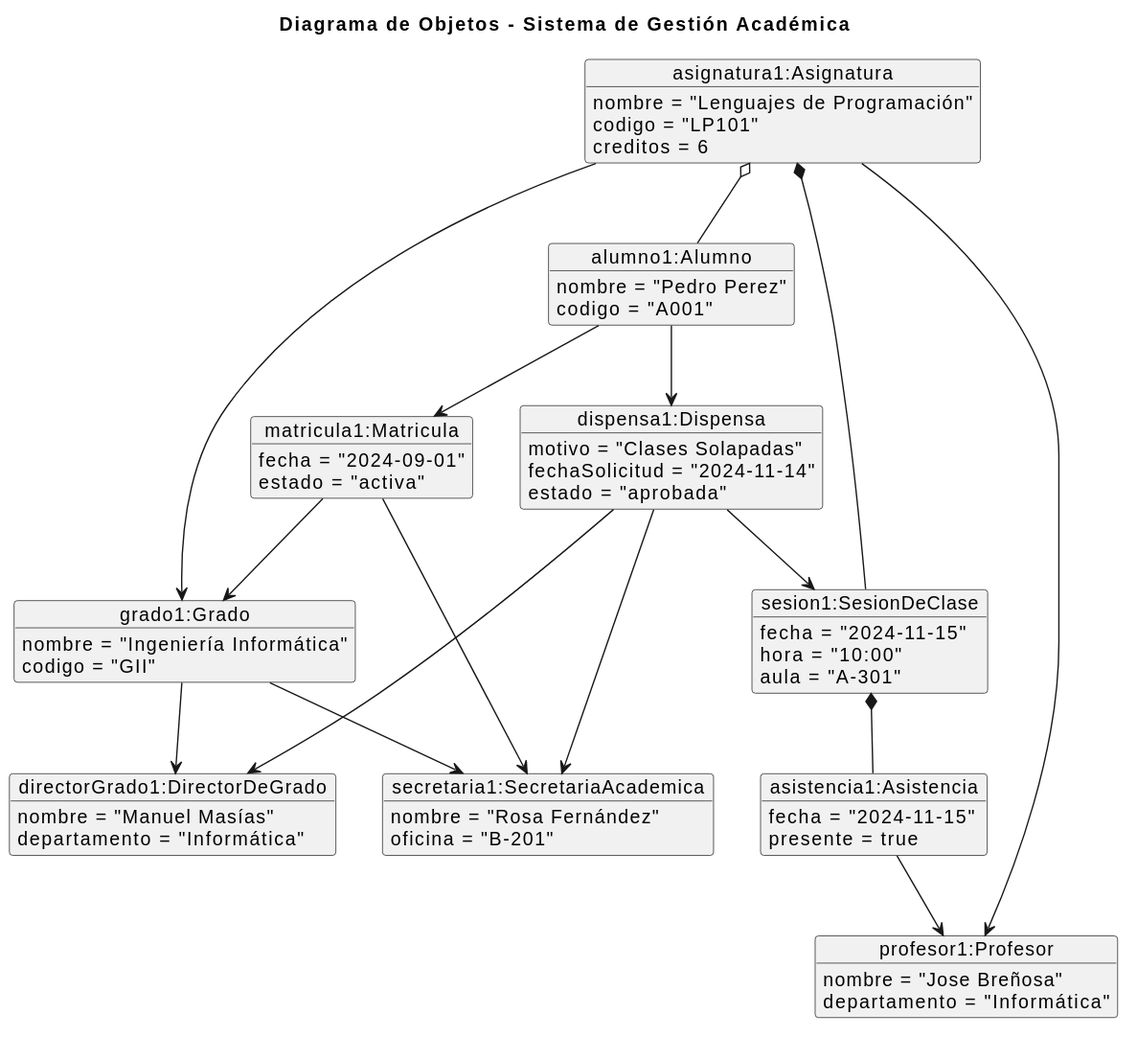
Before: documents/requisitado/00-modelo-del-dominio/DiagramaDeObjetos.svg, a diagram exported from PlantUML (jerdier/25-26-idsw2-sdVC). Its diagram source:
```plantuml
@startuml
title Diagrama de Objetos - Sistema de Gestión Académica


object "alumno1:Alumno" as alumno1 {
    nombre = "Pedro Perez"
    codigo = "A001"
}

object "matricula1:Matricula" as matricula1 {
    fecha = "2024-09-01"
    estado = "activa"
}

object "grado1:Grado" as grado1 {
    nombre = "Ingeniería Informática"
    codigo = "GII"
}

object "asignatura1:Asignatura" as asignatura1 {
    nombre = "Lenguajes de Programación"
    codigo = "LP101"
    creditos = 6
}

object "profesor1:Profesor" as profesor1 {
    nombre = "Jose Breñosa"
    departamento = "Informática"
}

object "directorGrado1:DirectorDeGrado" as directorGrado1 {
    nombre = "Manuel Masías"
    departamento = "Informática"
}

object "secretaria1:SecretariaAcademica" as secretaria1 {
    nombre = "Rosa Fernández"
    oficina = "B-201"
}

object "sesion1:SesionDeClase" as sesion1 {
    fecha = "2024-11-15"
    hora = "10:00"
    aula = "A-301"
}

object "asistencia1:Asistencia" as asistencia1 {
    fecha = "2024-11-15"
    presente = true
}

object "dispensa1:Dispensa" as dispensa1 {
    motivo = "Clases Solapadas"
    fechaSolicitud = "2024-11-14"
    estado = "aprobada"
}


alumno1 --> matricula1
matricula1 --> grado1
matricula1 --> secretaria1

asignatura1 --> grado1
asignatura1 --> profesor1

asignatura1 o-- alumno1

asignatura1 *-- sesion1
sesion1 *-- asistencia1
asistencia1 --> profesor1

alumno1 --> dispensa1
dispensa1 --> sesion1
dispensa1 --> directorGrado1
dispensa1 --> secretaria1

grado1 --> directorGrado1
grado1 --> secretaria1
@enduml
```
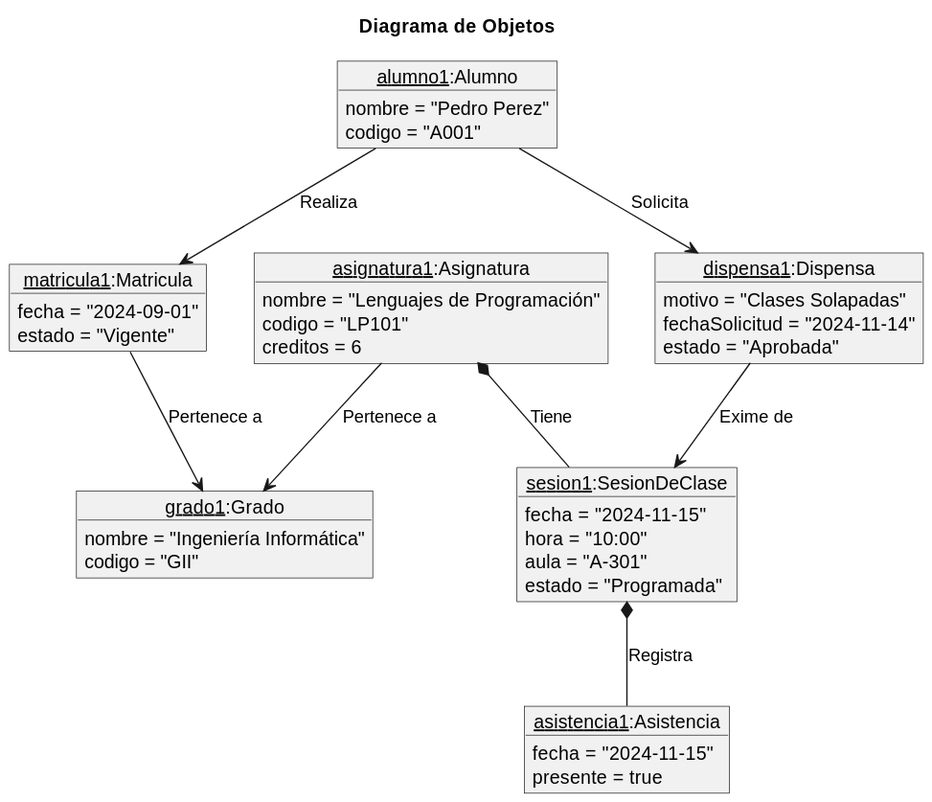
The same diagram one commit later.

The edit, as a diff of the source:
```diff
@@ -1,5 +1,6 @@
 @startuml
-title Diagrama de Objetos - Sistema de Gestión Académica
+title Diagrama de Objetos
+skinparam style strictuml
 
 
 object "alumno1:Alumno" as alumno1 {
@@ -9,7 +10,7 @@
 
 object "matricula1:Matricula" as matricula1 {
     fecha = "2024-09-01"
-    estado = "activa"
+    estado = "Vigente"
 }
 
 object "grado1:Grado" as grado1 {
@@ -23,25 +24,11 @@
     creditos = 6
 }
 
-object "profesor1:Profesor" as profesor1 {
-    nombre = "Jose Breñosa"
-    departamento = "Informática"
-}
-
-object "directorGrado1:DirectorDeGrado" as directorGrado1 {
-    nombre = "Manuel Masías"
-    departamento = "Informática"
-}
-
-object "secretaria1:SecretariaAcademica" as secretaria1 {
-    nombre = "Rosa Fernández"
-    oficina = "B-201"
-}
-
 object "sesion1:SesionDeClase" as sesion1 {
     fecha = "2024-11-15"
     hora = "10:00"
     aula = "A-301"
+    estado = "Programada"
 }
 
 object "asistencia1:Asistencia" as asistencia1 {
@@ -52,28 +39,18 @@
 object "dispensa1:Dispensa" as dispensa1 {
     motivo = "Clases Solapadas"
     fechaSolicitud = "2024-11-14"
-    estado = "aprobada"
+    estado = "Aprobada"
 }
 
 
-alumno1 --> matricula1
-matricula1 --> grado1
-matricula1 --> secretaria1
+alumno1 --> matricula1 : Realiza
+alumno1 --> dispensa1 : Solicita
 
-asignatura1 --> grado1
-asignatura1 --> profesor1
+matricula1 --> grado1 : Pertenece a
 
-asignatura1 o-- alumno1
+asignatura1 --> grado1 : Pertenece a
+asignatura1 *-- sesion1 : Tiene
 
-asignatura1 *-- sesion1
-sesion1 *-- asistencia1
-asistencia1 --> profesor1
-
-alumno1 --> dispensa1
-dispensa1 --> sesion1
-dispensa1 --> directorGrado1
-dispensa1 --> secretaria1
-
-grado1 --> directorGrado1
-grado1 --> secretaria1
+sesion1 *-- asistencia1 : Registra
+dispensa1 --> sesion1 : Exime de
 @enduml
```
